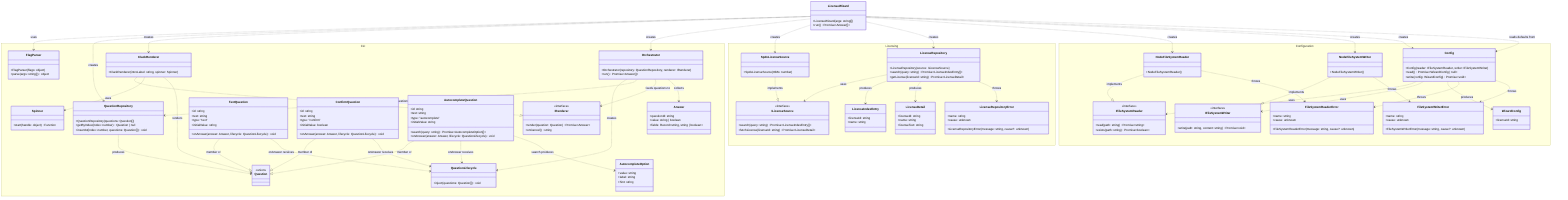
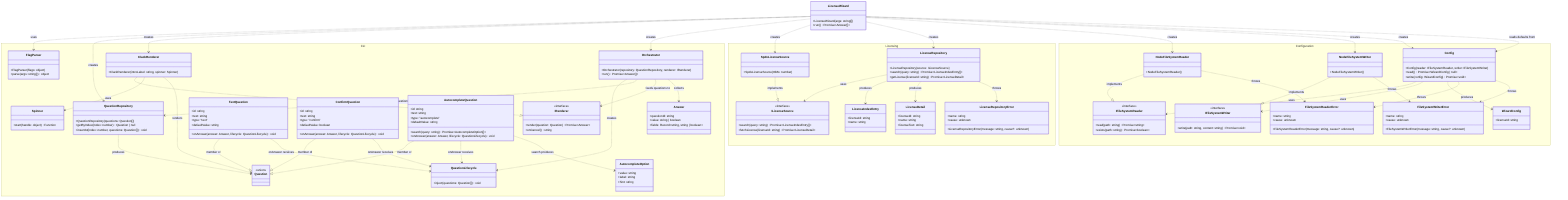
classDiagram
  direction TB

  class LicenseWizard {
    +LicenseWizard(args: string[])
    +run() Promise~Answer[]~
  }

  namespace CLI {
    class FlagParser {
      +FlagParser(flags: object)
      +parse(args: string[]) object
    }

    class Orchestrator {
      +Orchestrator(repository: QuestionRepository, renderer: IRenderer)
      +run() Promise~Answer[]~
    }

    class IRenderer {
      <<interface>>
      +render(question: Question) Promise~Answer~
      +onCancel() string
    }

    class ClackRenderer {
      +ClackRenderer(introLabel: string, spinner: Spinner)
    }

    class Spinner {
      +start(handle: object) Function
    }

    class QuestionRepository {
      +QuestionRepository(questions: Question[])
      +getByIndex(index: number) Question | null
      +insertAt(index: number, questions: Question[]) void
    }

    class QuestionLifecycle {
      +inject(questions: Question[]) void
    }

    class Question {
      <<union>>
    }

    class TextQuestion {
      +id: string
      +text: string
      +type: "text"
-       +initialValue: string
+       +defaultValue: string
      +onAnswer(answer: Answer, lifecycle: QuestionLifecycle) void
    }

    class ConfirmQuestion {
      +id: string
      +text: string
      +type: "confirm"
-       +initialValue: boolean
+       +defaultValue: boolean
      +onAnswer(answer: Answer, lifecycle: QuestionLifecycle) void
    }

    class AutocompleteQuestion {
      +id: string
      +text: string
      +type: "autocomplete"
-       +initialValue: string
+       +defaultValue: string
      +search(query: string) Promise~AutocompleteOption[]~
      +onAnswer(answer: Answer, lifecycle: QuestionLifecycle) void
    }

    class AutocompleteOption {
      +value: string
      +label: string
      +hint: string
    }

    class Answer {
      +questionId: string
      +value: string | boolean
      +fields: Record~string, string | boolean~
    }
  }

  namespace Licensing {
    class LicenseRepository {
      +LicenseRepository(source: ILicenseSource)
      +search(query: string) Promise~LicenseIndexEntry[]~
      +getLicense(licenseId: string) Promise~LicenseDetail~
    }

    class LicenseRepositoryError {
      +name: string
      +cause: unknown
      +LicenseRepositoryError(message: string, cause?: unknown)
    }

    class ILicenseSource {
      <<interface>>
      +search(query: string) Promise~LicenseIndexEntry[]~
      +fetchLicense(licenseId: string) Promise~LicenseDetail~
    }

    class SpdxLicenseSource {
      +SpdxLicenseSource(ttlMs: number)
    }

    class LicenseIndexEntry {
      +licenseId: string
      +name: string
    }

    class LicenseDetail {
      +licenseId: string
      +name: string
      +licenseText: string
    }
  }

  namespace Configuration {
    class IFileSystemReader {
      <<interface>>
      +read(path: string) Promise~string~
      +exists(path: string) Promise~boolean~
    }

    class IFileSystemWriter {
      <<interface>>
      +write(path: string, content: string) Promise~void~
    }

    class NodeFileSystemReader {
      +NodeFileSystemReader()
    }

    class NodeFileSystemWriter {
      +NodeFileSystemWriter()
    }

    class FileSystemReaderError {
      +name: string
      +cause: unknown
      +FileSystemReaderError(message: string, cause?: unknown)
    }

    class FileSystemWriterError {
      +name: string
      +cause: unknown
      +FileSystemWriterError(message: string, cause?: unknown)
    }

    class WizardConfig {
      +licenseId: string
    }

    class Config {
      +Config(reader: IFileSystemReader, writer: IFileSystemWriter)
      +read() Promise~WizardConfig | null~
      +write(config: WizardConfig) Promise~void~
    }
  }

  TextQuestion ..|> Question : member of
  ConfirmQuestion ..|> Question : member of
  AutocompleteQuestion ..|> Question : member of
  TextQuestion ..> QuestionLifecycle : onAnswer receives
  ConfirmQuestion ..> QuestionLifecycle : onAnswer receives
  AutocompleteQuestion ..> QuestionLifecycle : onAnswer receives
  Orchestrator ..> QuestionLifecycle : creates
  ClackRenderer ..|> IRenderer : implements
  ClackRenderer ..> Spinner : uses
  LicenseWizard ..> FlagParser : uses
  LicenseWizard ..> QuestionRepository : creates
  LicenseWizard ..> ClackRenderer : creates
  LicenseWizard ..> Orchestrator : creates
  LicenseWizard ..> SpdxLicenseSource : creates
  LicenseWizard ..> LicenseRepository : creates
  Orchestrator ..> QuestionRepository : gets questions from
  Orchestrator ..> IRenderer : feeds questions to
  ClackRenderer ..> Question : renders
  QuestionRepository ..> Question : produces
  AutocompleteQuestion ..> AutocompleteOption : search produces
  Orchestrator ..> Answer : collects
  SpdxLicenseSource ..|> ILicenseSource : implements
  LicenseRepository ..> ILicenseSource : uses
  LicenseRepository ..> LicenseIndexEntry : produces
  LicenseRepository ..> LicenseDetail : produces
  LicenseRepository ..> LicenseRepositoryError : throws
  NodeFileSystemReader ..|> IFileSystemReader : implements
  NodeFileSystemWriter ..|> IFileSystemWriter : implements
  NodeFileSystemReader ..> FileSystemReaderError : throws
  NodeFileSystemWriter ..> FileSystemWriterError : throws
  Config ..> IFileSystemReader : uses
  Config ..> IFileSystemWriter : uses
  Config ..> WizardConfig : produces
  Config ..> FileSystemReaderError : throws
  Config ..> FileSystemWriterError : throws
  LicenseWizard ..> NodeFileSystemReader : creates
  LicenseWizard ..> NodeFileSystemWriter : creates
  LicenseWizard ..> Config : creates
  LicenseWizard ..> Config : reads defaults from
